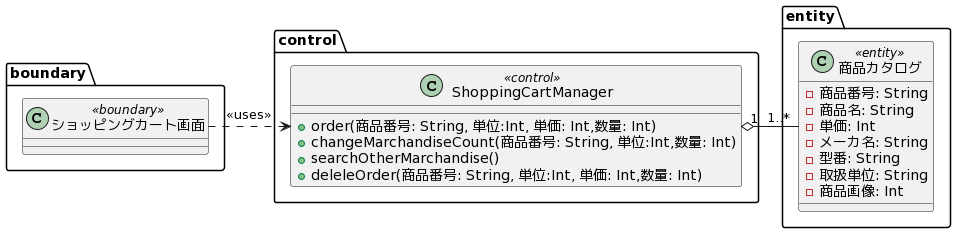
Before: png/07_ShoppingCart.png, a diagram exported from PlantUML (shunsuke-kawata/UML_image). Its diagram source:
```plantuml
@startuml
package boundary {
  class "ショッピングカート画面" as LoginUI<<boundary>>  {
  }
}
package control {
  class ShoppingCartManager<<control>> {
    +order(商品番号: String, 単位:Int, 単価: Int,数量: Int)
    +changeMarchandiseCount(商品番号: String, 単位:Int,数量: Int)
    +searchOtherMarchandise()
    +deleleOrder(商品番号: String, 単位:Int, 単価: Int,数量: Int)
  }
}


package "entity" {
  class "商品カタログ" as MarchandiseCatalog<<entity>> {
    -商品番号: String
    -商品名: String
    -単価: Int
    -メーカ名: String
    -型番: String
    -取扱単位: String
    -商品画像: Int
  }
}

LoginUI .right.> ShoppingCartManager: <<uses>>
ShoppingCartManager"1" o-right-"1..*" MarchandiseCatalog
@enduml
```
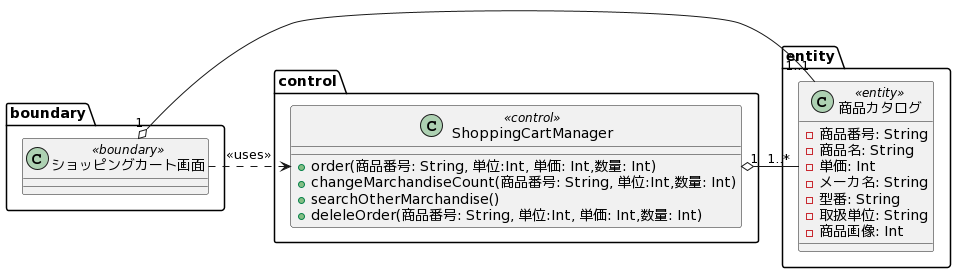
Above is the later version.

The edit, as a diff of the source:
```diff
@@ -1,6 +1,6 @@
 @startuml
 package boundary {
-  class "ショッピングカート画面" as LoginUI<<boundary>>  {
+  class "ショッピングカート画面" as ShoppingCartUI<<boundary>>  {
   }
 }
 package control {
@@ -25,6 +25,7 @@
   }
 }
 
-LoginUI .right.> ShoppingCartManager: <<uses>>
+ShoppingCartUI .right.> ShoppingCartManager: <<uses>>
+ShoppingCartUI"1" o-right-"1..1" MarchandiseCatalog
 ShoppingCartManager"1" o-right-"1..*" MarchandiseCatalog
 @enduml
```
